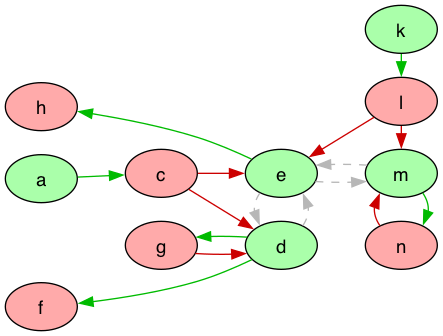
Before: lib/graphs/game_pw2_graph_colored.png, a diagram exported from Graphviz (idaks/Games-and-Argumentation). Its source is kept beside it as lib/graphs/game_pw2_graph_colored.dot.
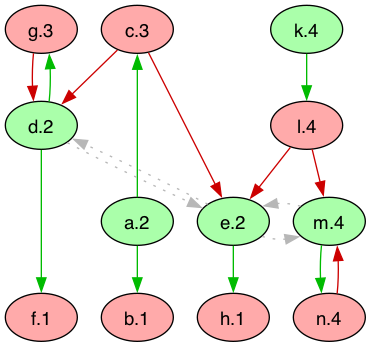
The same diagram one commit later.

What changed in the source:
```diff
@@ -1,30 +1,41 @@
 digraph G {
-  rankdir="LR"
+  rankdir="TB"
   node [shape=oval style=filled fontname=Helvetica fontsize=14]
-  node [fillcolor="#AAFFAA" fontcolor="#000000"] a k d e m;
-  node [fillcolor="#FFAAAA" fontcolor="#000000"] c l f g h n;
-  edge [dir=forward, color="#00BB00", style="solid"]
-        "a" -> "c";
-        "k" -> "l";
-        "d" -> "f";
-        "d" -> "g";
-        "e" -> "h";
-        "m" -> "n";
-  edge [dir=forward, color="#CC0000", style="solid"]
-        "c" -> "d";
-        "c" -> "e";
-        "l" -> "e";
-        "l" -> "m";
-        "g" -> "d";
-        "n" -> "m";
-  edge [dir=forward, color="#b7b7b7", style="dashed"]
-        "d" -> "e";
-        "e" -> "d";
-        "e" -> "m";
-        "m" -> "e";
+  node [fillcolor="#AAFFAA" fontcolor="#000000"]
+       a[label="a.2"]
+       k[label="k.4"]
+       d[label="d.2"]
+       e[label="e.2"]
+       m[label="m.4"]
+  node [fillcolor="#FFAAAA" fontcolor="#000000"]
+       c[label="c.3"]
+       b[label="b.1"]
+       l[label="l.4"]
+       f[label="f.1"]
+       g[label="g.3"]
+       h[label="h.1"]
+       n[label="n.4"]
+  edge [dir=forward color="#00BB00" style="solid"]
+        "a" -> "c"
+        "a" -> "b"
+        "k" -> "l"
+        "d" -> "f"
+        "d" -> "g"
+        "e" -> "h"
+        "m" -> "n"
+  edge [dir=forward color="#CC0000" style="solid"]
+        "c" -> "d"
+        "c" -> "e"
+        "l" -> "e"
+        "l" -> "m"
+        "g" -> "d"
+        "n" -> "m"
+  edge [dir=forward color="#b7b7b7" style="dotted" constraint=false]
+        "d" -> "e"
+        "e" -> "d"
+        "e" -> "m"
+        "m" -> "e"
 
-  {rank = min; f; h}
-  {rank = same; d; e}
-  {rank = same; c; g}
-  {rank = max; k; l; m; n}
+  {rank = max; b; f; h}
+  {rank = min; c; g}
 }
```
